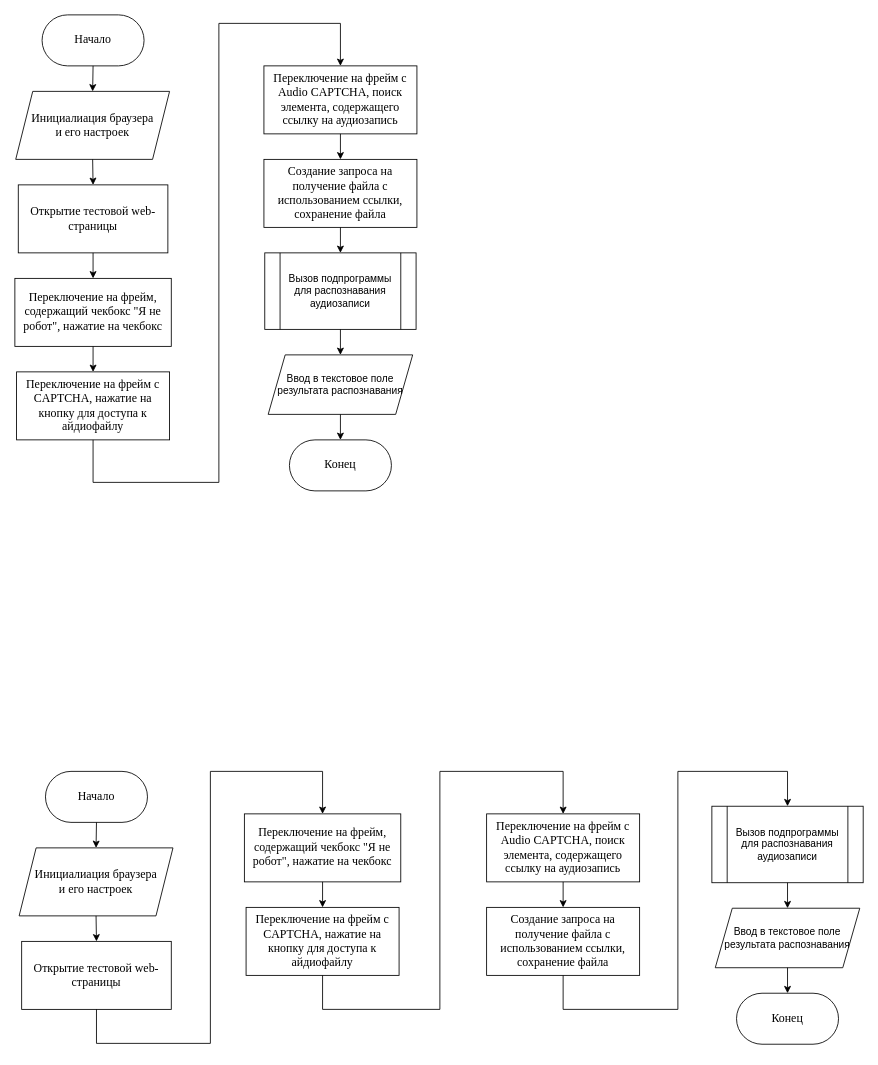
The draw.io diagram 1_course_master/НИР (2 семестр)/Блок-схема тестового автоматизатора.drawio in Alexxxander-Laptev/university_projects, before the edit. Source tidied: cells renumbered, new cells numbered last; positions are measured from the earlier drawing's top-left corner, leaving out a move shared by most shapes. Both pictures are drawn from the tidied source at 85%, with x=0, y=0 at pixel (14, 14).
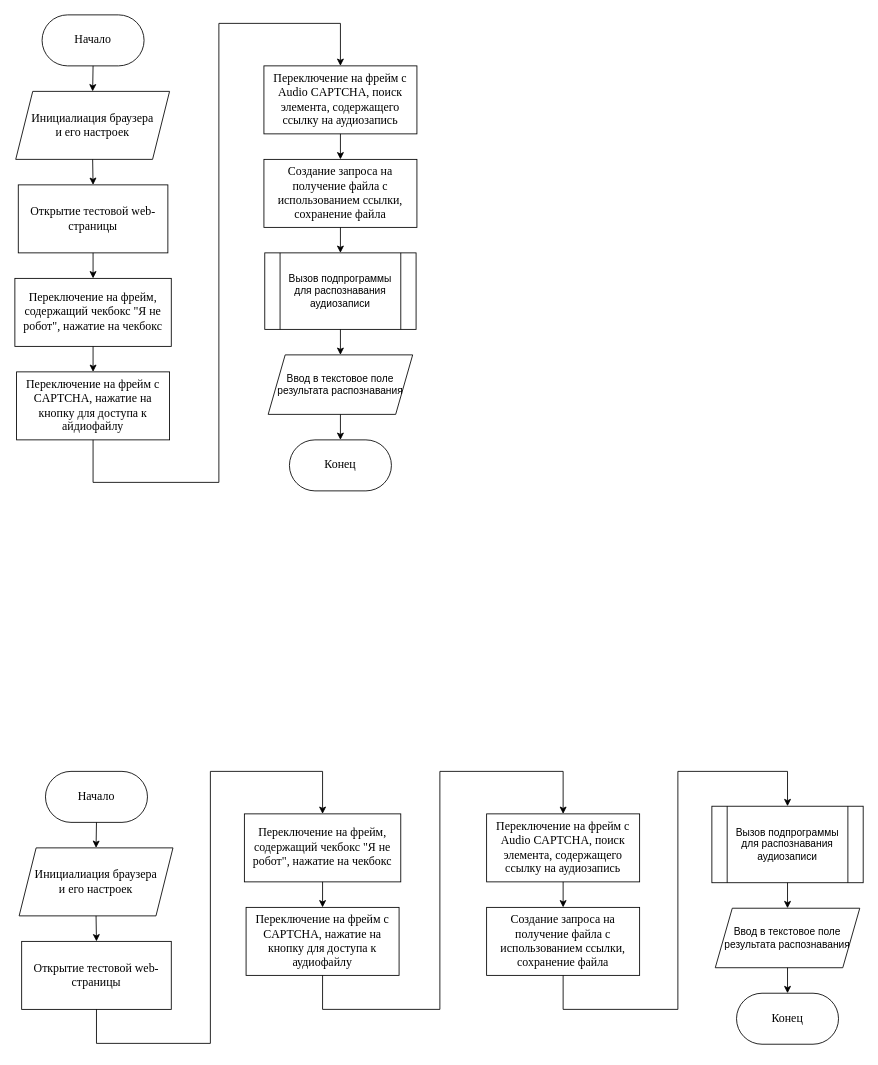
The same page after the edit.

What changed in the source:
```diff
@@
-    <mxCell id="26" value="&lt;font style=&quot;font-size: 14px;&quot; face=&quot;Times New Roman&quot;&gt;Переключение на фрейм с CAPTCHA, нажатие на кнопку для доступа к айдиофайлу&lt;/font&gt;" style="rounded=0;whiteSpace=wrap;html=1;" parent="1" vertex="1">
+    <mxCell id="26" value="&lt;font style=&quot;font-size: 14px;&quot; face=&quot;Times New Roman&quot;&gt;Переключение на фрейм с CAPTCHA, нажатие на кнопку для доступа к аудиофайлу&lt;/font&gt;" style="rounded=0;whiteSpace=wrap;html=1;" parent="1" vertex="1">
       <mxGeometry x="272" y="1050" width="180" height="80" as="geometry" />
     </mxCell>
```
